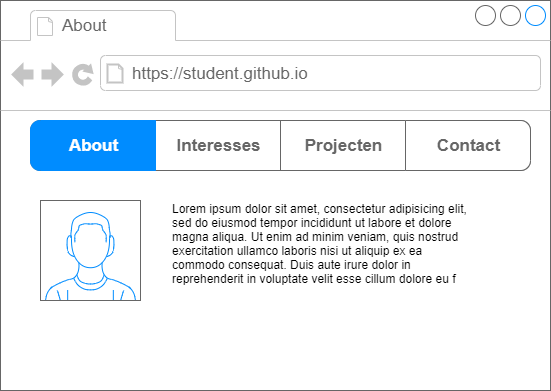
Darimirmateo/Challenge-Portfolio keeps this draw.io diagram as 01-Challenge/Taak02-Ontwerpen/student-wireframe.drawio.png. Above is the earlier version. Source tidied: cells renumbered, new cells last; positions are measured from the earlier drawing's top-left corner, leaving out a move shared by most shapes. Its diagram source:
```xml
<mxGraphModel>
  <root>
    <mxCell id="0" />
    <mxCell id="1" parent="0" />
    <mxCell id="2" style="strokeWidth=1;shadow=0;dashed=0;align=center;html=1;shape=mxgraph.mockup.containers.browserWindow;rSize=0;strokeColor=#666666;strokeColor2=#008cff;strokeColor3=#c4c4c4;mainText=,;" parent="1" vertex="1">
      <mxGeometry width="550" height="390" as="geometry" />
    </mxCell>
    <mxCell id="3" value="About" style="strokeWidth=1;shadow=0;dashed=0;align=center;html=1;shape=mxgraph.mockup.containers.anchor;fontSize=17;fontColor=#666666;align=left;" parent="2" vertex="1">
      <mxGeometry x="60" y="12" width="110" height="26" as="geometry" />
    </mxCell>
    <mxCell id="4" value="https://student.github.io" style="strokeWidth=1;shadow=0;dashed=0;align=center;html=1;shape=mxgraph.mockup.containers.anchor;rSize=0;fontSize=17;fontColor=#666666;align=left;" parent="2" vertex="1">
      <mxGeometry x="130" y="60" width="250" height="26" as="geometry" />
    </mxCell>
    <mxCell id="5" style="verticalLabelPosition=bottom;shadow=0;dashed=0;align=center;html=1;verticalAlign=top;strokeWidth=1;shape=mxgraph.mockup.containers.userMale;strokeColor=#666666;strokeColor2=#008cff;" parent="2" vertex="1">
      <mxGeometry x="40" y="200" width="100" height="100" as="geometry" />
    </mxCell>
    <mxCell id="6" style="strokeWidth=1;shadow=0;dashed=0;align=center;html=1;shape=mxgraph.mockup.rrect;rSize=10;fillColor=#ffffff;strokeColor=#666666;" parent="2" vertex="1">
      <mxGeometry x="30" y="120" width="500" height="50" as="geometry" />
    </mxCell>
    <mxCell id="7" value="Interesses" style="strokeColor=inherit;fillColor=inherit;gradientColor=inherit;strokeWidth=1;shadow=0;dashed=0;align=center;html=1;shape=mxgraph.mockup.rrect;rSize=0;fontSize=17;fontColor=#666666;fontStyle=1;" parent="6" vertex="1">
      <mxGeometry width="125" height="50" relative="1" as="geometry">
        <mxPoint x="125" as="offset" />
      </mxGeometry>
    </mxCell>
    <mxCell id="8" value="Projecten" style="strokeColor=inherit;fillColor=inherit;gradientColor=inherit;strokeWidth=1;shadow=0;dashed=0;align=center;html=1;shape=mxgraph.mockup.rrect;rSize=0;fontSize=17;fontColor=#666666;fontStyle=1;" parent="6" vertex="1">
      <mxGeometry width="125" height="50" relative="1" as="geometry">
        <mxPoint x="250" as="offset" />
      </mxGeometry>
    </mxCell>
    <mxCell id="9" value="Contact&lt;br&gt;" style="strokeColor=inherit;fillColor=inherit;gradientColor=inherit;strokeWidth=1;shadow=0;dashed=0;align=center;html=1;shape=mxgraph.mockup.rightButton;rSize=10;fontSize=17;fontColor=#666666;fontStyle=1;" parent="6" vertex="1">
      <mxGeometry x="1" width="125" height="50" relative="1" as="geometry">
        <mxPoint x="-125" as="offset" />
      </mxGeometry>
    </mxCell>
    <mxCell id="10" value="About" style="strokeWidth=1;shadow=0;dashed=0;align=center;html=1;shape=mxgraph.mockup.leftButton;rSize=10;fontSize=17;fontColor=#ffffff;fontStyle=1;fillColor=#008cff;strokeColor=#008cff;" parent="6" vertex="1">
      <mxGeometry width="125" height="50" relative="1" as="geometry" />
    </mxCell>
    <mxCell id="11" value="Lorem ipsum dolor sit amet, consectetur adipisicing elit, sed do eiusmod tempor incididunt ut labore et dolore magna aliqua. Ut enim ad minim veniam, quis nostrud exercitation ullamco laboris nisi ut aliquip ex ea commodo consequat. Duis aute irure dolor in reprehenderit in voluptate velit esse cillum dolore eu f" style="text;spacingTop=-5;whiteSpace=wrap;html=1;align=left;fontSize=12;fontFamily=Helvetica;fillColor=none;strokeColor=none;shadow=0;" parent="2" vertex="1">
      <mxGeometry x="170" y="200" width="300" height="100" as="geometry" />
    </mxCell>
  </root>
</mxGraphModel>
```
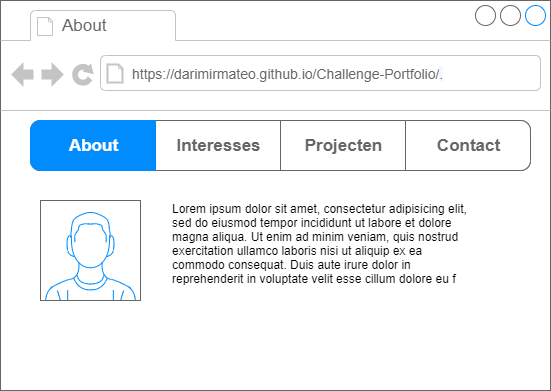
The same file after the commit.

What changed in the source:
```diff
@@ -8,7 +8,7 @@
     <mxCell id="3" value="About" style="strokeWidth=1;shadow=0;dashed=0;align=center;html=1;shape=mxgraph.mockup.containers.anchor;fontSize=17;fontColor=#666666;align=left;" parent="2" vertex="1">
       <mxGeometry x="60" y="12" width="110" height="26" as="geometry" />
     </mxCell>
-    <mxCell id="4" value="https://student.github.io" style="strokeWidth=1;shadow=0;dashed=0;align=center;html=1;shape=mxgraph.mockup.containers.anchor;rSize=0;fontSize=17;fontColor=#666666;align=left;" parent="2" vertex="1">
+    <mxCell id="4" value="&lt;a href=&quot;https://darimirmateo.github.io/Challenge-Portfolio/&quot; style=&quot;box-sizing: border-box ; font-family: , &amp;#34;blinkmacsystemfont&amp;#34; , &amp;#34;segoe ui&amp;#34; , &amp;#34;helvetica&amp;#34; , &amp;#34;arial&amp;#34; , sans-serif , &amp;#34;apple color emoji&amp;#34; , &amp;#34;segoe ui emoji&amp;#34; ; font-size: 14px&quot;&gt;https://darimirmateo.github.io/Challenge-Portfolio/&lt;/a&gt;&lt;span style=&quot;color: rgb(36 , 41 , 46) ; font-family: , &amp;#34;blinkmacsystemfont&amp;#34; , &amp;#34;segoe ui&amp;#34; , &amp;#34;helvetica&amp;#34; , &amp;#34;arial&amp;#34; , sans-serif , &amp;#34;apple color emoji&amp;#34; , &amp;#34;segoe ui emoji&amp;#34; ; font-size: 14px ; background-color: rgb(241 , 248 , 255)&quot;&gt;.&lt;/span&gt;" style="strokeWidth=1;shadow=0;dashed=0;align=center;html=1;shape=mxgraph.mockup.containers.anchor;rSize=0;fontSize=17;fontColor=#666666;align=left;" parent="2" vertex="1">
       <mxGeometry x="130" y="60" width="250" height="26" as="geometry" />
     </mxCell>
     <mxCell id="5" style="verticalLabelPosition=bottom;shadow=0;dashed=0;align=center;html=1;verticalAlign=top;strokeWidth=1;shape=mxgraph.mockup.containers.userMale;strokeColor=#666666;strokeColor2=#008cff;" parent="2" vertex="1">
```
